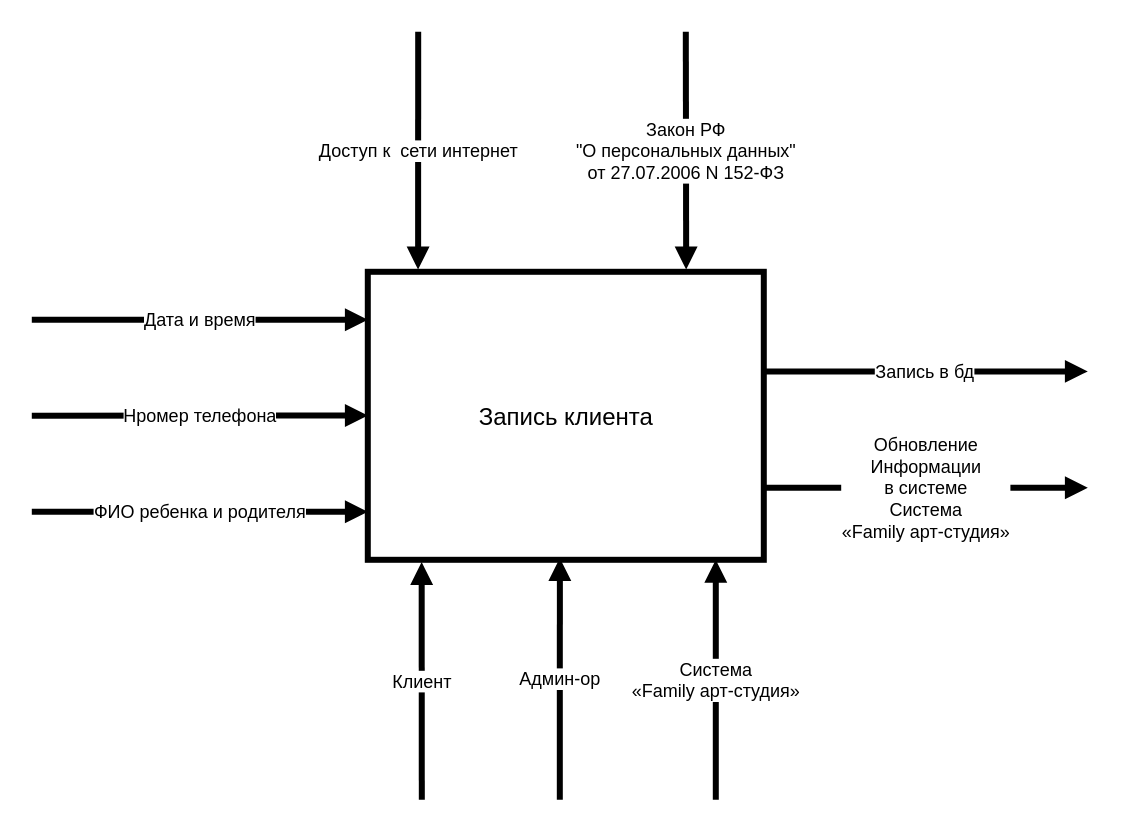
This is TO_BE1.drawio from kirillgladkih/diplom, a draw.io file, before an edit. Source tidied: cells renumbered, new cells numbered last; positions are measured from the earlier drawing's top-left corner, leaving out a move shared by most shapes. Both pictures are drawn from the tidied source at 120%, with x=0, y=0 at pixel (31, 31).
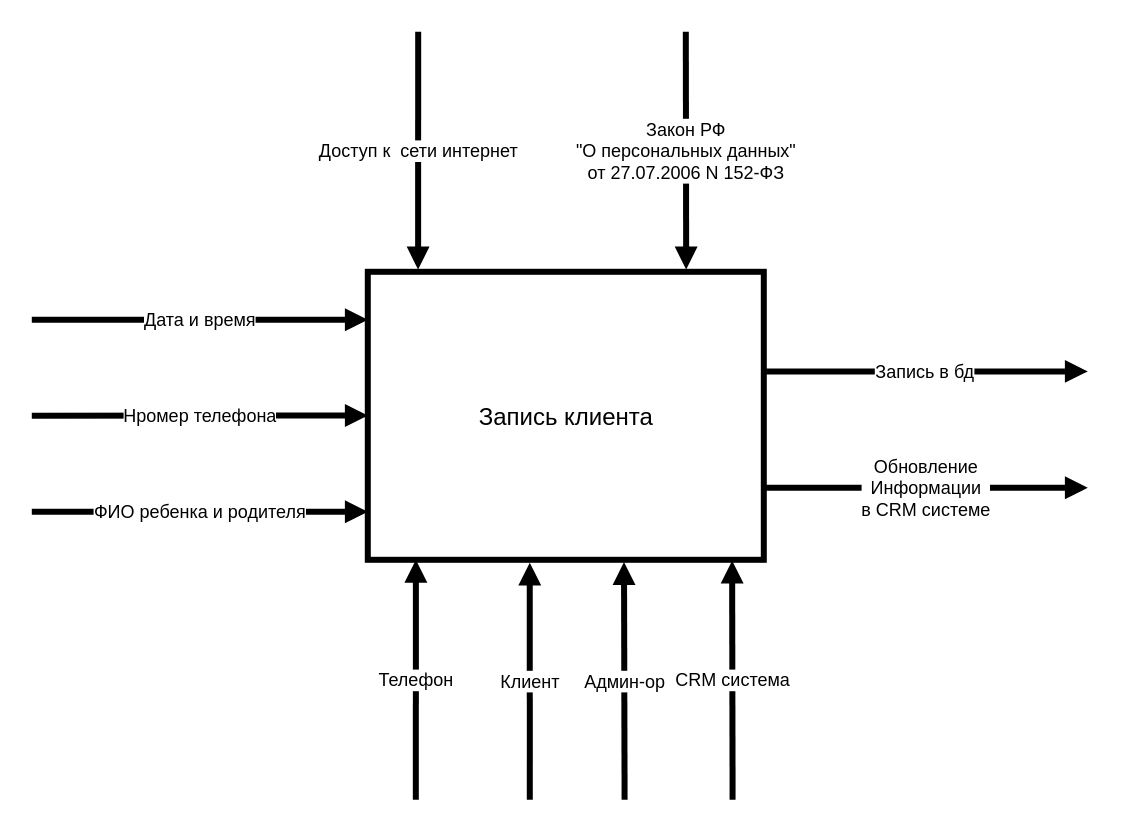
The same diagram, later.

Unchanged cells that the change refers to:
```xml
<mxCell id="7" value="&lt;font style=&quot;font-size: 20px&quot;&gt;Запись клиента&lt;br&gt;&lt;/font&gt;" style="html=1;strokeWidth=5;fontSize=15;" parent="1" vertex="1">
  <mxGeometry x="280" y="200" width="330" height="240" as="geometry" />
</mxCell>
```

What changed in the source:
```diff
@@
-    <mxCell id="4" value="&lt;font style=&quot;font-size: 15px;&quot;&gt;Клиент&lt;/font&gt;" style="endArrow=block;endFill=1;endSize=6;html=1;strokeWidth=5;entryX=0.136;entryY=1.008;entryDx=0;entryDy=0;fontSize=15;entryPerimeter=0;" parent="1" edge="1" target="7">
+    <mxCell id="4" value="&lt;font style=&quot;font-size: 15px;&quot;&gt;Клиент&lt;/font&gt;" style="endArrow=block;endFill=1;endSize=6;html=1;strokeWidth=5;entryX=0.409;entryY=1.01;entryDx=0;entryDy=0;fontSize=15;entryPerimeter=0;" parent="1" edge="1" target="7">
       <mxGeometry relative="1" as="geometry">
-        <mxPoint x="325" y="640" as="sourcePoint" />
+        <mxPoint x="415" y="640" as="sourcePoint" />
       </mxGeometry>
     </mxCell>
-    <mxCell id="5" value="&lt;font style=&quot;font-size: 15px;&quot;&gt;Админ-ор&lt;/font&gt;" style="endArrow=block;endFill=1;endSize=6;html=1;strokeWidth=5;entryX=0.485;entryY=0.994;entryDx=0;entryDy=0;entryPerimeter=0;fontSize=15;" parent="1" edge="1" target="7">
+    <mxCell id="5" value="&lt;font style=&quot;font-size: 15px;&quot;&gt;Админ-ор&lt;/font&gt;" style="endArrow=block;endFill=1;endSize=6;html=1;strokeWidth=5;entryX=0.647;entryY=1.008;entryDx=0;entryDy=0;entryPerimeter=0;fontSize=15;" parent="1" edge="1" target="7">
       <mxGeometry relative="1" as="geometry">
-        <mxPoint x="440" y="640" as="sourcePoint" />
+        <mxPoint x="494" y="640" as="sourcePoint" />
       </mxGeometry>
     </mxCell>
@@
-    <mxCell id="8" value="&lt;div&gt;&lt;font style=&quot;font-size: 15px&quot;&gt;Система&lt;/font&gt; &lt;br&gt;&lt;/div&gt;&lt;div&gt;«Family арт-студия»&lt;/div&gt;" style="endArrow=block;endFill=1;endSize=6;html=1;strokeWidth=5;fontSize=15;" parent="1" edge="1">
+    <mxCell id="8" value="&lt;div&gt;&lt;font style=&quot;font-size: 15px&quot;&gt;CRM система&lt;/font&gt;&lt;br&gt;&lt;/div&gt;" style="endArrow=block;endFill=1;endSize=6;html=1;strokeWidth=5;fontSize=15;entryX=0.92;entryY=1.003;entryDx=0;entryDy=0;entryPerimeter=0;" parent="1" edge="1" target="7">
       <mxGeometry relative="1" as="geometry">
-        <mxPoint x="570" y="640" as="sourcePoint" />
-        <mxPoint x="570" y="440" as="targetPoint" />
+        <mxPoint x="584" y="640" as="sourcePoint" />
       </mxGeometry>
     </mxCell>
@@
-    <mxCell id="13" value="&lt;div&gt;Обновление &lt;br&gt;&lt;/div&gt;&lt;div&gt;Информации&lt;/div&gt;&lt;div&gt;в системе&lt;br&gt;&lt;/div&gt;&lt;div&gt;&lt;font style=&quot;font-size: 15px&quot;&gt;Система&lt;/font&gt; &lt;br&gt;&lt;/div&gt;&lt;div&gt;«Family арт-студия»&lt;/div&gt;" style="endArrow=block;endFill=1;endSize=6;html=1;strokeWidth=5;fontSize=15;exitX=1;exitY=0.75;exitDx=0;exitDy=0;" parent="1" edge="1" source="7">
+    <mxCell id="13" value="&lt;div&gt;Обновление &lt;br&gt;&lt;/div&gt;&lt;div&gt;Информации&lt;/div&gt;&lt;div&gt;в CRM системе&lt;br&gt;&lt;/div&gt;" style="endArrow=block;endFill=1;endSize=6;html=1;strokeWidth=5;fontSize=15;exitX=1;exitY=0.75;exitDx=0;exitDy=0;" parent="1" edge="1" source="7">
       <mxGeometry relative="1" as="geometry">
         <mxPoint x="880" y="380" as="targetPoint" />
       </mxGeometry>
     </mxCell>
+    <mxCell id="14" value="Телефон" style="endArrow=block;endFill=1;endSize=6;html=1;strokeWidth=5;entryX=0.361;entryY=1;entryDx=0;entryDy=0;fontSize=15;entryPerimeter=0;" parent="1" edge="1">
+      <mxGeometry relative="1" as="geometry">
+        <mxPoint x="320" y="640" as="sourcePoint" />
+        <mxPoint x="320.1" y="440" as="targetPoint" />
+      </mxGeometry>
+    </mxCell>
```
